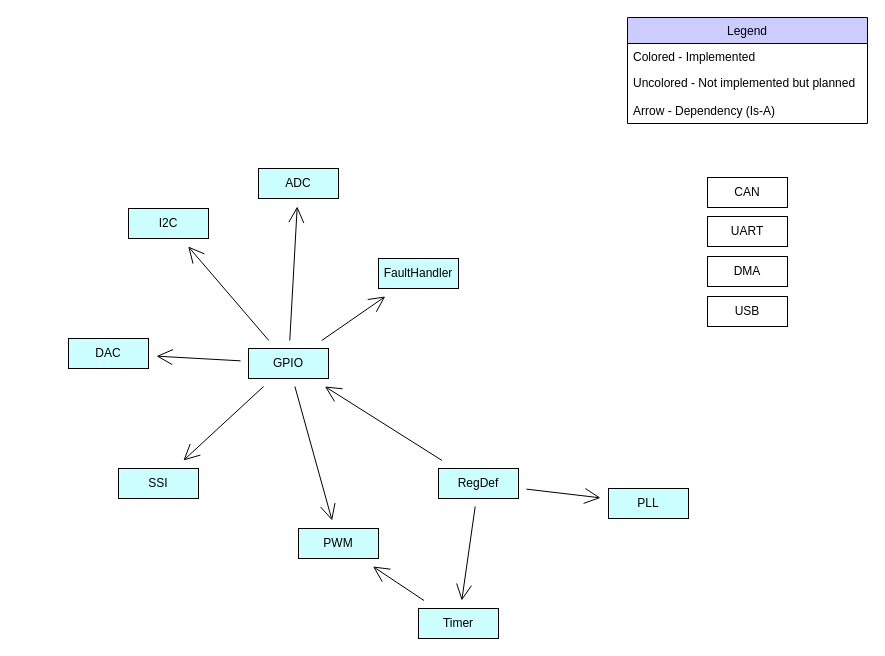
dimembermatt/TM4C123Drivers keeps this draw.io diagram as resources/driver_dependencies.drawio. Above is the earlier version. Source tidied: cells renumbered, new cells numbered last; positions are measured from the earlier drawing's top-left corner, leaving out a move shared by most shapes. Both pictures are drawn from the tidied source at 100%, with x=0, y=0 at pixel (68, 17).
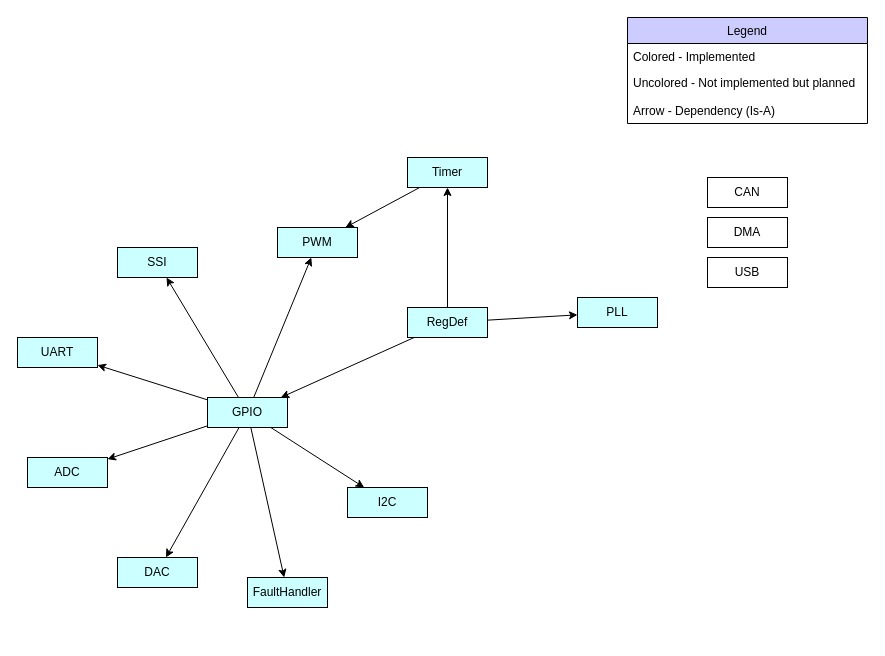
Above is the later version.

Diff of the diagram source:
```diff
@@
+    <mxCell id="26" value="CAN" style="whiteSpace=wrap;html=1;hachureGap=4;fillColor=none;" parent="1" vertex="1">
+      <mxGeometry x="639" y="160" width="80" height="30" as="geometry" />
+    </mxCell>
+    <mxCell id="28" value="DMA" style="whiteSpace=wrap;html=1;hachureGap=4;fillColor=none;" parent="1" vertex="1">
+      <mxGeometry x="639" y="200" width="80" height="30" as="geometry" />
+    </mxCell>
+    <mxCell id="29" value="USB" style="whiteSpace=wrap;html=1;hachureGap=4;fillColor=none;" parent="1" vertex="1">
+      <mxGeometry x="639" y="240" width="80" height="30" as="geometry" />
+    </mxCell>
-    <mxCell id="6" value="GPIO" style="whiteSpace=wrap;html=1;hachureGap=4;fillColor=#CCFFFF;" parent="1" vertex="1">
-      <mxGeometry x="180" y="331" width="80" height="30" as="geometry" />
+    <mxCell id="6" value="GPIO" style="whiteSpace=wrap;html=1;fillColor=#CCFFFF;" parent="1" vertex="1">
+      <mxGeometry x="139" y="380" width="80" height="30" as="geometry" />
     </mxCell>
-    <mxCell id="7" value="FaultHandler" style="whiteSpace=wrap;html=1;hachureGap=4;fillColor=#CCFFFF;" parent="1" vertex="1">
-      <mxGeometry x="310" y="241" width="80" height="30" as="geometry" />
+    <mxCell id="7" value="FaultHandler" style="whiteSpace=wrap;html=1;fillColor=#CCFFFF;" parent="1" vertex="1">
+      <mxGeometry x="179" y="560" width="80" height="30" as="geometry" />
     </mxCell>
-    <mxCell id="8" style="endArrow=open;startSize=14;endSize=14;sourcePerimeterSpacing=8;targetPerimeterSpacing=8;" parent="1" edge="1" source="6" target="7">
-      <mxGeometry x="240" y="190" as="geometry" />
+    <mxCell id="8" style="rounded=0;" parent="1" edge="1" source="6" target="7">
+      <mxGeometry x="189" y="179" as="geometry" />
     </mxCell>
-    <mxCell id="9" value="RegDef" style="whiteSpace=wrap;html=1;hachureGap=4;fillColor=#CCFFFF;" parent="1" vertex="1">
-      <mxGeometry x="370" y="451" width="80" height="30" as="geometry" />
+    <mxCell id="9" value="RegDef" style="whiteSpace=wrap;html=1;fillColor=#CCFFFF;" parent="1" vertex="1">
+      <mxGeometry x="339" y="290" width="80" height="30" as="geometry" />
     </mxCell>
-    <mxCell id="10" value="Timer" style="whiteSpace=wrap;html=1;hachureGap=4;fillColor=#CCFFFF;" parent="1" vertex="1">
-      <mxGeometry x="350" y="591" width="80" height="30" as="geometry" />
+    <mxCell id="10" value="Timer" style="whiteSpace=wrap;html=1;fillColor=#CCFFFF;" parent="1" vertex="1">
+      <mxGeometry x="339" y="140" width="80" height="30" as="geometry" />
     </mxCell>
-    <mxCell id="11" style="endArrow=open;startSize=14;endSize=14;sourcePerimeterSpacing=8;targetPerimeterSpacing=8;" parent="1" edge="1" source="9" target="10">
-      <mxGeometry x="240" y="190" as="geometry" />
+    <mxCell id="11" style="rounded=0;" parent="1" edge="1" source="9" target="10">
+      <mxGeometry x="189" y="179" as="geometry" />
     </mxCell>
-    <mxCell id="12" style="endArrow=open;startSize=14;endSize=14;sourcePerimeterSpacing=8;targetPerimeterSpacing=8;" parent="1" edge="1" source="9" target="6">
-      <mxGeometry x="240" y="190" as="geometry" />
+    <mxCell id="12" style="rounded=0;" parent="1" edge="1" source="9" target="6">
+      <mxGeometry x="189" y="179" as="geometry" />
     </mxCell>
-    <mxCell id="13" value="PLL" style="whiteSpace=wrap;html=1;hachureGap=4;fillColor=#CCFFFF;" parent="1" vertex="1">
-      <mxGeometry x="540" y="471" width="80" height="30" as="geometry" />
+    <mxCell id="13" value="PLL" style="whiteSpace=wrap;html=1;fillColor=#CCFFFF;" parent="1" vertex="1">
+      <mxGeometry x="509" y="280" width="80" height="30" as="geometry" />
     </mxCell>
-    <mxCell id="14" style="endArrow=open;startSize=14;endSize=14;sourcePerimeterSpacing=8;targetPerimeterSpacing=8;" parent="1" edge="1" source="9" target="13">
-      <mxGeometry x="240" y="190" as="geometry" />
+    <mxCell id="14" style="rounded=0;" parent="1" edge="1" source="9" target="13">
+      <mxGeometry x="189" y="179" as="geometry" />
     </mxCell>
-    <mxCell id="15" value="ADC" style="whiteSpace=wrap;html=1;hachureGap=4;fillColor=#CCFFFF;" parent="1" vertex="1">
-      <mxGeometry x="190" y="151" width="80" height="30" as="geometry" />
+    <mxCell id="15" value="ADC" style="whiteSpace=wrap;html=1;fillColor=#CCFFFF;" parent="1" vertex="1">
+      <mxGeometry x="-41" y="440" width="80" height="30" as="geometry" />
     </mxCell>
-    <mxCell id="16" style="endArrow=open;startSize=14;endSize=14;sourcePerimeterSpacing=8;targetPerimeterSpacing=8;" parent="1" edge="1" source="6" target="15">
-      <mxGeometry x="240" y="190" as="geometry" />
+    <mxCell id="16" style="rounded=0;" parent="1" edge="1" source="6" target="15">
+      <mxGeometry x="189" y="179" as="geometry" />
     </mxCell>
-    <mxCell id="17" value="DAC" style="whiteSpace=wrap;html=1;hachureGap=4;fillColor=#CCFFFF;" parent="1" vertex="1">
-      <mxGeometry y="321" width="80" height="30" as="geometry" />
+    <mxCell id="17" value="DAC" style="whiteSpace=wrap;html=1;fillColor=#CCFFFF;" parent="1" vertex="1">
+      <mxGeometry x="49" y="540" width="80" height="30" as="geometry" />
     </mxCell>
-    <mxCell id="18" style="endArrow=open;startSize=14;endSize=14;sourcePerimeterSpacing=8;targetPerimeterSpacing=8;" parent="1" edge="1" source="6" target="17">
-      <mxGeometry x="240" y="190" as="geometry" />
+    <mxCell id="18" style="rounded=0;" parent="1" edge="1" source="6" target="17">
+      <mxGeometry x="189" y="179" as="geometry" />
     </mxCell>
-    <mxCell id="19" value="SSI" style="whiteSpace=wrap;html=1;hachureGap=4;fillColor=#CCFFFF;" parent="1" vertex="1">
-      <mxGeometry x="50" y="451" width="80" height="30" as="geometry" />
+    <mxCell id="19" value="SSI" style="whiteSpace=wrap;html=1;fillColor=#CCFFFF;" parent="1" vertex="1">
+      <mxGeometry x="49" y="230" width="80" height="30" as="geometry" />
     </mxCell>
-    <mxCell id="20" style="endArrow=open;startSize=14;endSize=14;sourcePerimeterSpacing=8;targetPerimeterSpacing=8;" parent="1" edge="1" source="6" target="19">
-      <mxGeometry x="240" y="190" as="geometry" />
+    <mxCell id="20" style="rounded=0;" parent="1" edge="1" source="6" target="19">
+      <mxGeometry x="189" y="179" as="geometry" />
     </mxCell>
-    <mxCell id="21" value="PWM" style="whiteSpace=wrap;html=1;hachureGap=4;fillColor=#CCFFFF;" parent="1" vertex="1">
-      <mxGeometry x="230" y="511" width="80" height="30" as="geometry" />
+    <mxCell id="21" value="PWM" style="whiteSpace=wrap;html=1;fillColor=#CCFFFF;" parent="1" vertex="1">
+      <mxGeometry x="209" y="210" width="80" height="30" as="geometry" />
     </mxCell>
-    <mxCell id="22" style="endArrow=open;startSize=14;endSize=14;sourcePerimeterSpacing=8;targetPerimeterSpacing=8;" parent="1" edge="1" source="6" target="21">
-      <mxGeometry x="240" y="190" as="geometry" />
+    <mxCell id="22" style="rounded=0;" parent="1" edge="1" source="6" target="21">
+      <mxGeometry x="189" y="179" as="geometry" />
     </mxCell>
-    <mxCell id="23" style="endArrow=open;startSize=14;endSize=14;sourcePerimeterSpacing=8;targetPerimeterSpacing=8;" parent="1" edge="1" source="10" target="21">
-      <mxGeometry x="240" y="190" as="geometry" />
-    </mxCell>
+    <mxCell id="27" value="UART" style="whiteSpace=wrap;html=1;fillColor=#CCFFFF;" parent="1" vertex="1">
+      <mxGeometry x="-51" y="320" width="80" height="30" as="geometry" />
+    </mxCell>
+    <mxCell id="30" style="rounded=0;" parent="1" edge="1" source="6" target="27">
+      <mxGeometry x="189" y="179" as="geometry" />
+    </mxCell>
-    <mxCell id="24" value="I2C" style="whiteSpace=wrap;html=1;hachureGap=4;fillColor=#CCFFFF;" parent="1" vertex="1">
-      <mxGeometry x="60" y="191" width="80" height="30" as="geometry" />
+    <mxCell id="24" value="I2C" style="whiteSpace=wrap;html=1;fillColor=#CCFFFF;" parent="1" vertex="1">
+      <mxGeometry x="279" y="470" width="80" height="30" as="geometry" />
     </mxCell>
-    <mxCell id="25" style="endArrow=open;startSize=14;endSize=14;sourcePerimeterSpacing=8;targetPerimeterSpacing=8;" parent="1" edge="1" source="6" target="24">
-      <mxGeometry x="240" y="190" as="geometry" />
+    <mxCell id="25" style="rounded=0;" parent="1" edge="1" source="6" target="24">
+      <mxGeometry x="189" y="179" as="geometry" />
     </mxCell>
-    <mxCell id="26" value="CAN" style="whiteSpace=wrap;html=1;hachureGap=4;fillColor=none;" parent="1" vertex="1">
-      <mxGeometry x="639" y="160" width="80" height="30" as="geometry" />
-    </mxCell>
-    <mxCell id="27" value="UART" style="whiteSpace=wrap;html=1;hachureGap=4;fillColor=none;" parent="1" vertex="1">
-      <mxGeometry x="639" y="199" width="80" height="30" as="geometry" />
-    </mxCell>
-    <mxCell id="28" value="DMA" style="whiteSpace=wrap;html=1;hachureGap=4;fillColor=none;" parent="1" vertex="1">
-      <mxGeometry x="639" y="239" width="80" height="30" as="geometry" />
-    </mxCell>
-    <mxCell id="29" value="USB" style="whiteSpace=wrap;html=1;hachureGap=4;fillColor=none;" parent="1" vertex="1">
-      <mxGeometry x="639" y="279" width="80" height="30" as="geometry" />
-    </mxCell>
+    <mxCell id="23" style="rounded=0;" parent="1" edge="1" source="10" target="21">
+      <mxGeometry x="189" y="179" as="geometry" />
+    </mxCell>
```
